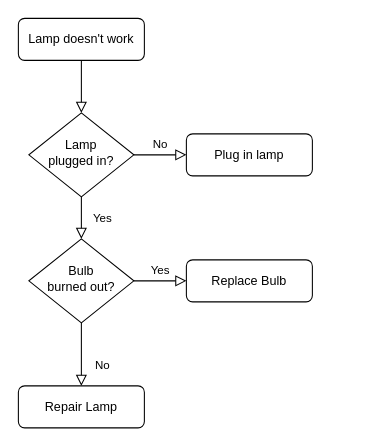
Earlier version of the draw.io diagram Untitled Diagram.drawio (quluqi/WebApplication22). Source tidied: cells renumbered, new cells numbered last; positions are measured from the earlier drawing's top-left corner, leaving out a move shared by most shapes. Both pictures are drawn from the tidied source at 105%, with x=0, y=0 at pixel (18, 18).
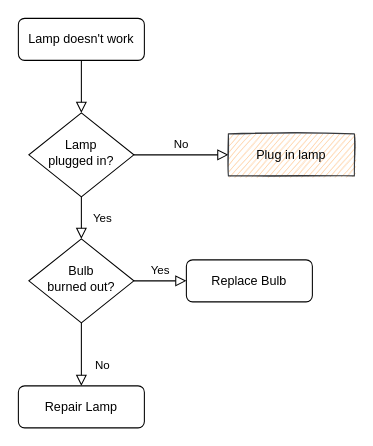
The same diagram, later.

Change to the diagram source:
```diff
@@
 <mxGraphModel>
   <root>
     <mxCell id="0" />
     <mxCell id="1" parent="0" />
     <mxCell id="2" style="rounded=0;html=1;jettySize=auto;fontSize=11;endArrow=block;endFill=0;endSize=8;strokeWidth=1;shadow=0;labelBackgroundColor=none;edgeStyle=orthogonalEdgeStyle;" parent="1" edge="1" source="3" target="6">
       <mxGeometry relative="1" as="geometry" />
     </mxCell>
     <mxCell id="3" value="Lamp doesn't work" style="rounded=1;whiteSpace=wrap;html=1;fontSize=12;glass=0;strokeWidth=1;shadow=0;" parent="1" vertex="1">
       <mxGeometry width="120" height="40" as="geometry" />
     </mxCell>
     <mxCell id="4" value="Yes" style="rounded=0;html=1;jettySize=auto;fontSize=11;endArrow=block;endFill=0;endSize=8;strokeWidth=1;shadow=0;labelBackgroundColor=none;edgeStyle=orthogonalEdgeStyle;" parent="1" edge="1" source="6" target="10">
       <mxGeometry y="20" relative="1" as="geometry" />
     </mxCell>
     <mxCell id="5" value="No" style="edgeStyle=orthogonalEdgeStyle;rounded=0;html=1;jettySize=auto;fontSize=11;endArrow=block;endFill=0;endSize=8;strokeWidth=1;shadow=0;labelBackgroundColor=none;" parent="1" edge="1" source="6" target="7">
       <mxGeometry y="10" relative="1" as="geometry" />
     </mxCell>
     <mxCell id="6" value="Lamp&lt;br&gt;plugged in?" style="rhombus;whiteSpace=wrap;html=1;shadow=0;fontFamily=Helvetica;fontSize=12;align=center;strokeWidth=1;spacing=6;spacingTop=-4;" parent="1" vertex="1">
       <mxGeometry x="10" y="90" width="100" height="80" as="geometry" />
     </mxCell>
-    <mxCell id="7" value="Plug in lamp" style="rounded=1;whiteSpace=wrap;html=1;fontSize=12;glass=0;strokeWidth=1;shadow=0;" parent="1" vertex="1">
-      <mxGeometry x="160" y="110" width="120" height="40" as="geometry" />
+    <mxCell id="7" value="Plug in lamp" style="rounded=0;whiteSpace=wrap;html=1;fontSize=12;glass=0;strokeWidth=1;shadow=0;fillColor=#ffcc99;strokeColor=#36393d;sketch=1;" parent="1" vertex="1">
+      <mxGeometry x="200" y="110" width="120" height="40" as="geometry" />
     </mxCell>
     <mxCell id="8" value="No" style="rounded=0;html=1;jettySize=auto;fontSize=11;endArrow=block;endFill=0;endSize=8;strokeWidth=1;shadow=0;labelBackgroundColor=none;edgeStyle=orthogonalEdgeStyle;" parent="1" edge="1" source="10" target="11">
       <mxGeometry x="0.33" y="20" relative="1" as="geometry" />
     </mxCell>
     <mxCell id="9" value="Yes" style="edgeStyle=orthogonalEdgeStyle;rounded=0;html=1;jettySize=auto;fontSize=11;endArrow=block;endFill=0;endSize=8;strokeWidth=1;shadow=0;labelBackgroundColor=none;" parent="1" edge="1" source="10" target="12">
       <mxGeometry y="10" relative="1" as="geometry" />
     </mxCell>
     <mxCell id="10" value="Bulb&lt;br&gt;burned out?" style="rhombus;whiteSpace=wrap;html=1;shadow=0;fontFamily=Helvetica;fontSize=12;align=center;strokeWidth=1;spacing=6;spacingTop=-4;" parent="1" vertex="1">
       <mxGeometry x="10" y="210" width="100" height="80" as="geometry" />
     </mxCell>
     <mxCell id="11" value="Repair Lamp" style="rounded=1;whiteSpace=wrap;html=1;fontSize=12;glass=0;strokeWidth=1;shadow=0;" parent="1" vertex="1">
       <mxGeometry y="350" width="120" height="40" as="geometry" />
     </mxCell>
     <mxCell id="12" value="Replace Bulb" style="rounded=1;whiteSpace=wrap;html=1;fontSize=12;glass=0;strokeWidth=1;shadow=0;" parent="1" vertex="1">
       <mxGeometry x="160" y="230" width="120" height="40" as="geometry" />
     </mxCell>
   </root>
 </mxGraphModel>
```
